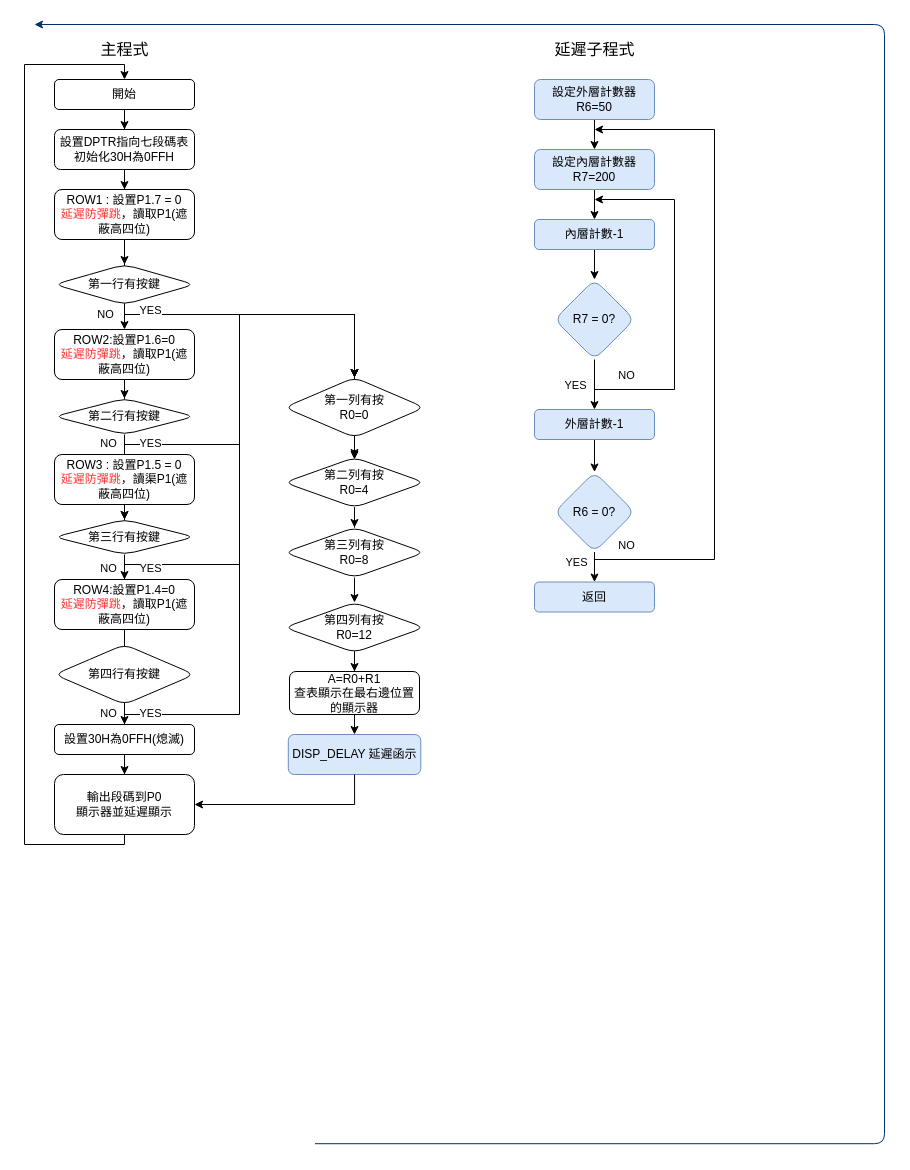
Above: page "Page-1" (1 of 3) of 未命名绘图.drawio in piting1104/se2 (draw.io), before the change. Source tidied: cells renumbered, new cells numbered last; positions are measured from the earlier drawing's top-left corner, leaving out a move shared by most shapes. Both pictures are drawn from the tidied source at 100%, with x=0, y=0 at pixel (24, 24).
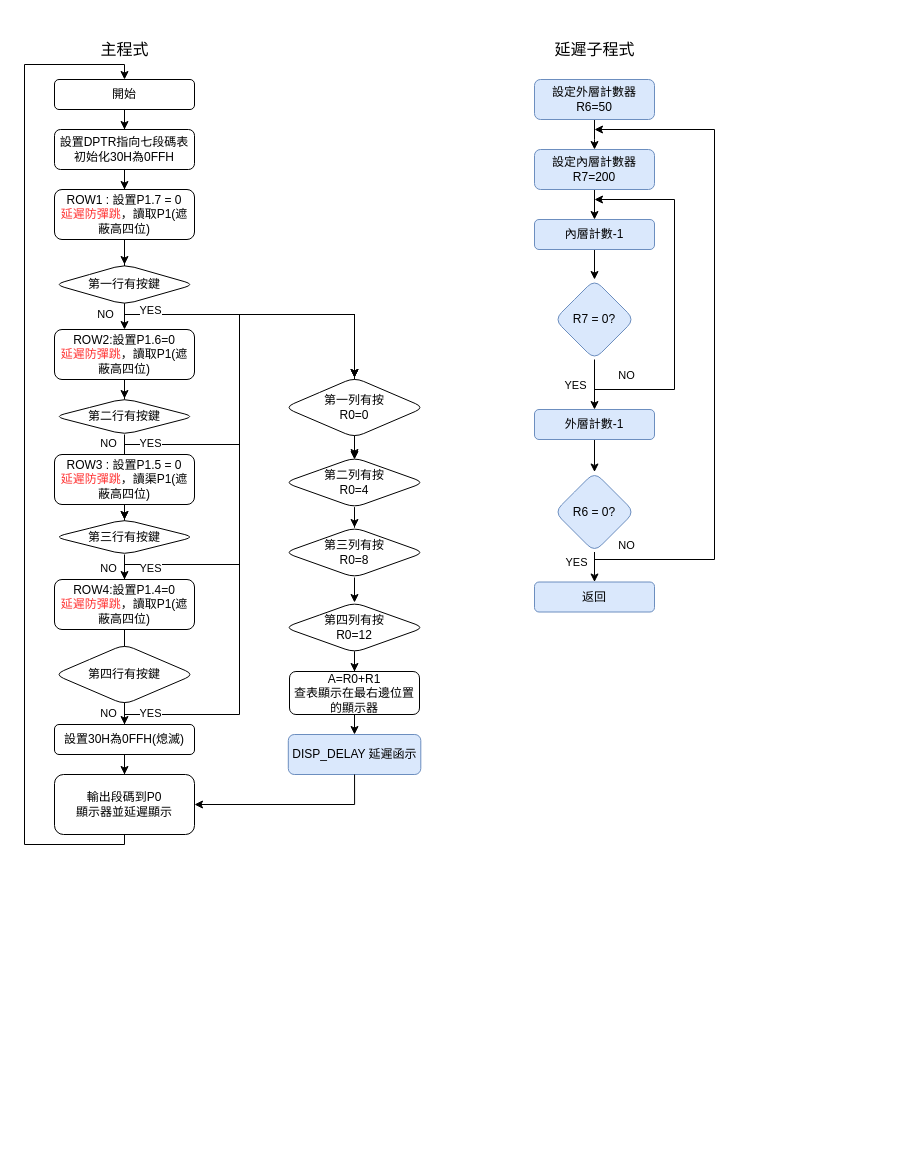
Above is the later version.

What changed in the source:
```diff
@@
-    <mxCell id="2" style="edgeStyle=elbowEdgeStyle;elbow=horizontal;exitX=1;exitY=0.5;exitPerimeter=0;entryX=0.905;entryY=0.5;entryPerimeter=0;fontStyle=1;strokeColor=#003366;strokeWidth=1;html=1;" parent="1" edge="1">
-      <mxGeometry as="geometry">
-        <mxPoint x="290.5" y="1119.2" as="sourcePoint" />
-        <mxPoint x="10" as="targetPoint" />
-        <Array as="points">
-          <mxPoint x="860" y="1320" />
-        </Array>
-      </mxGeometry>
-    </mxCell>
```
